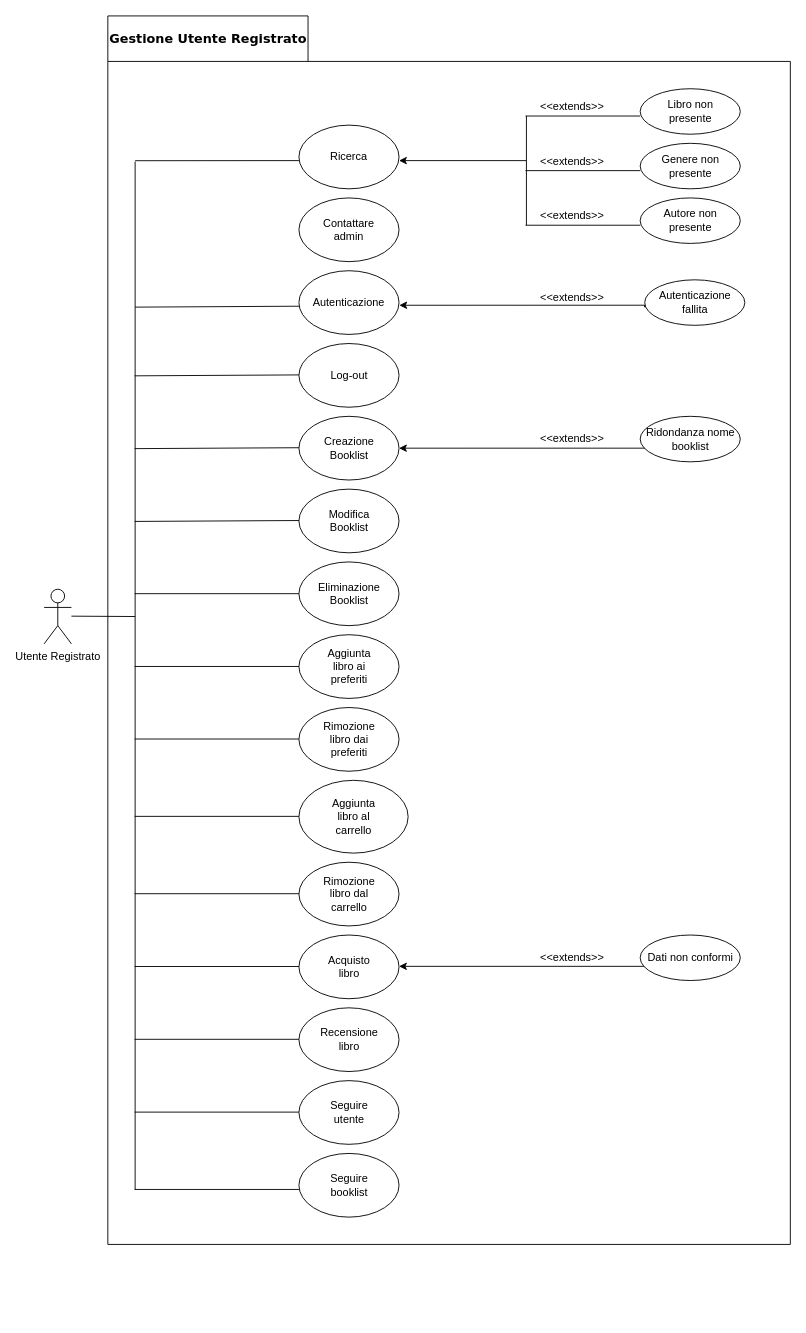
Before: Documenti/RAD/modello_funzionale/package_utente_registrato.drawio in AleBarbados/NewSocialBookRepo, a draw.io diagram. Source tidied: cells renumbered, new cells numbered last; positions are measured from the earlier drawing's top-left corner, leaving out a move shared by most shapes. Both pictures are drawn from the tidied source at 91%, with x=0, y=0 at pixel (44, 15).
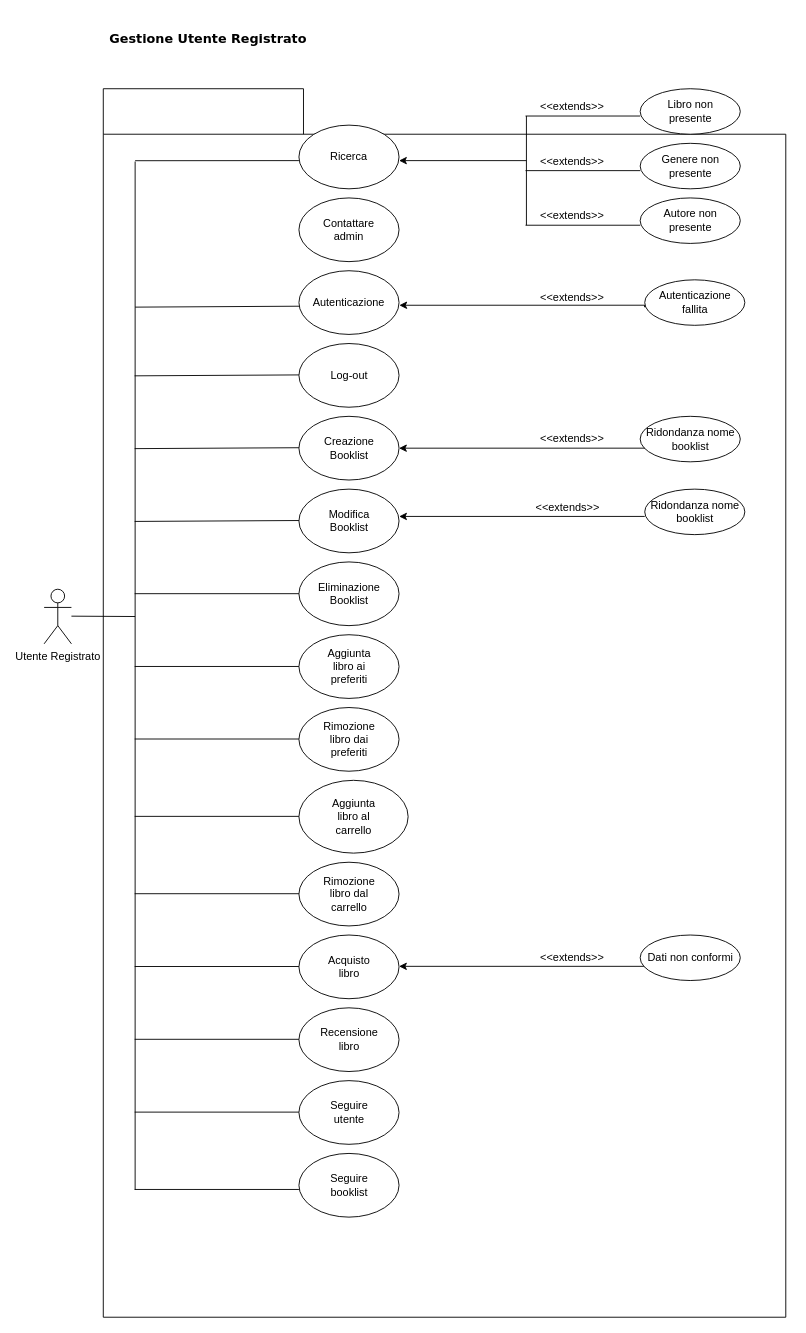
Above is the later version.

Commit message (it also covers changes not shown here):
inserimento activity diagram nel RAD

Change to the diagram source:
```diff
@@
     <mxCell id="2" style="shape=folder;fontStyle=1;spacingTop=10;tabWidth=220;tabHeight=50;tabPosition=left;html=1;" parent="1" vertex="1">
-      <mxGeometry x="70" width="750" height="1350" as="geometry" />
+      <mxGeometry x="65" y="80" width="750" height="1350" as="geometry" />
     </mxCell>
@@
+    <mxCell id="80" style="group;" parent="1" vertex="1">
+      <mxGeometry x="530" y="500" width="290" height="70" as="geometry" />
+    </mxCell>
+    <mxCell id="81" style="ellipse;whiteSpace=wrap;html=1;verticalAlign=top;" parent="80" vertex="1">
+      <mxGeometry x="130" y="20" width="110" height="50" as="geometry" />
+    </mxCell>
+    <mxCell id="82" value="Ridondanza nome &lt;br&gt;booklist" style="text;html=1;align=center;verticalAlign=middle;" parent="80" vertex="1">
+      <mxGeometry x="130" y="30" width="110" height="30" as="geometry" />
+    </mxCell>
+    <mxCell id="83" value="&amp;lt;&amp;lt;extends&amp;gt;&amp;gt;" style="text;html=1;align=center;verticalAlign=middle;" parent="80" vertex="1">
+      <mxGeometry y="30" width="90" height="20" as="geometry" />
+    </mxCell>
+    <mxCell id="84" style="endArrow=classic;html=1;entryX=1;entryY=0.5;entryDx=0;entryDy=0;exitX=0.045;exitY=0.833;exitDx=0;exitDy=0;exitPerimeter=0;" parent="80" edge="1">
+      <mxGeometry relative="1" as="geometry">
+        <mxPoint x="130" y="50" as="sourcePoint" />
+        <mxPoint x="-139.9" y="50" as="targetPoint" />
+      </mxGeometry>
+    </mxCell>
```
